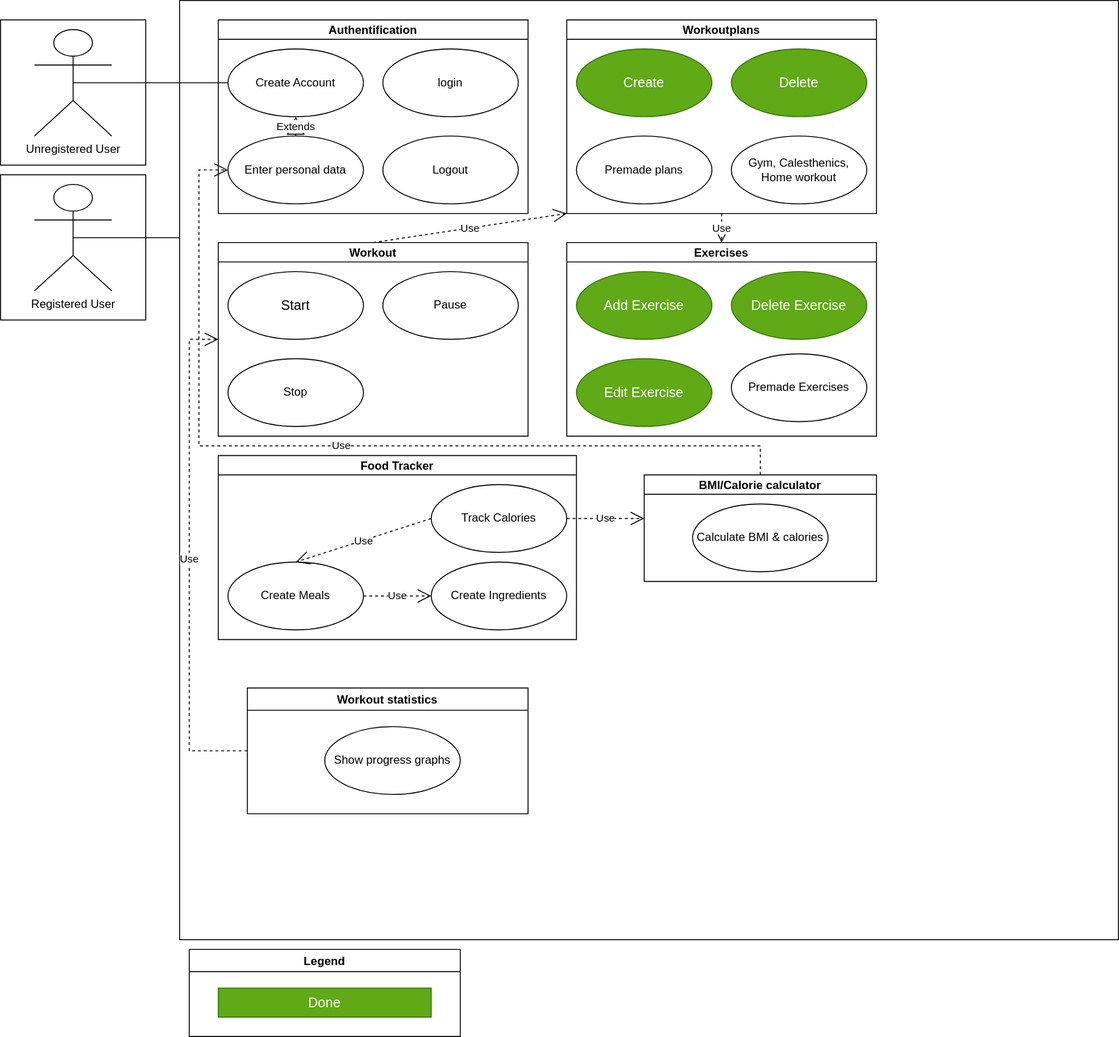
This is UseCases/Overall_Use_Case_Diagram.drawio.svg from willizielke/FitnessWebAppDocumentation, a draw.io export, as it was before one commit. Source tidied: cells renumbered, new cells last; positions are measured from the earlier drawing's top-left corner, leaving out a move shared by most shapes.
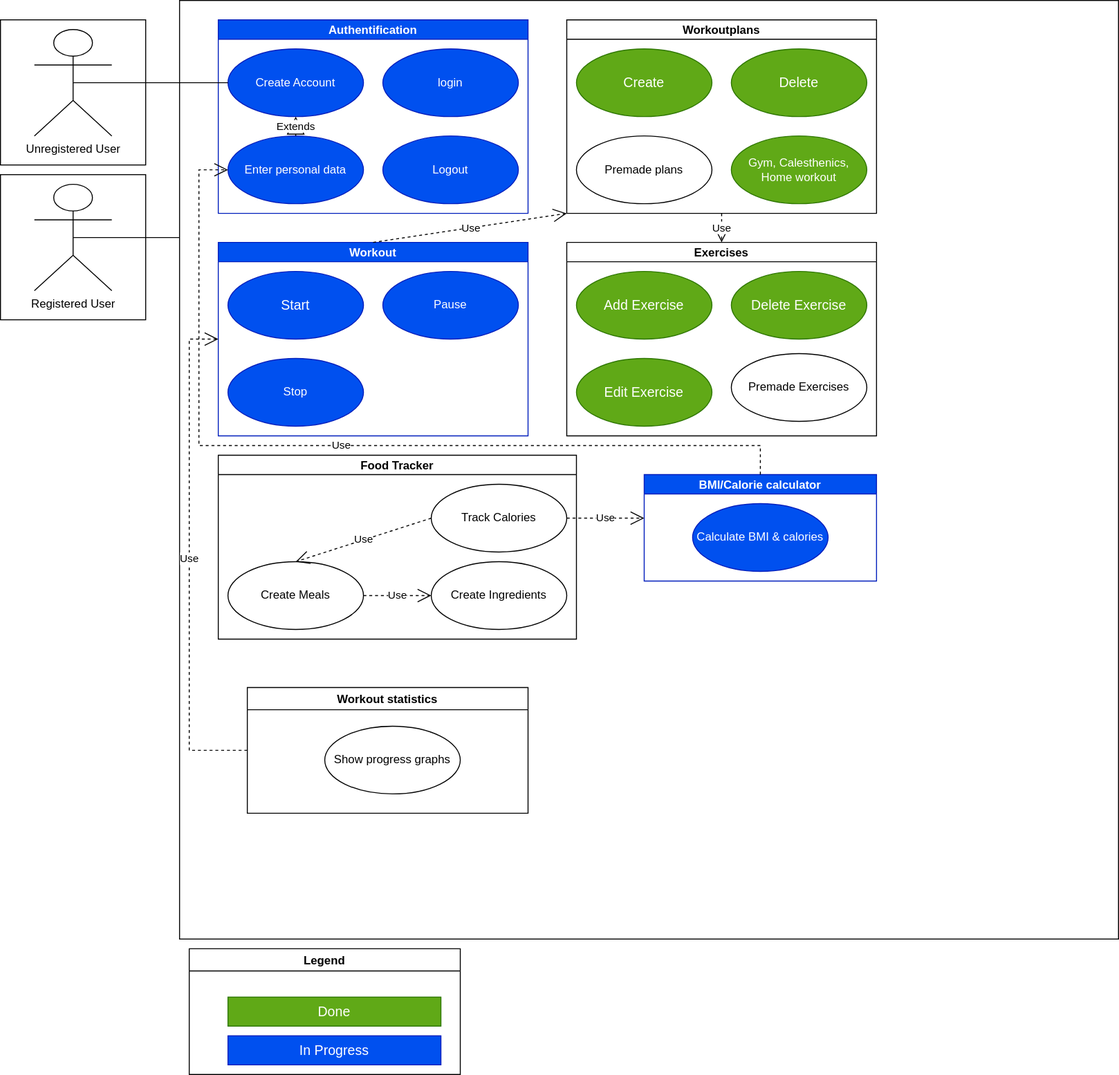
Above is the later version.

Commit message:
UC Diagram anpassen

Change to the diagram source:
```diff
@@ -14,19 +14,19 @@
     <mxCell id="5" value="Unregistered User" style="shape=umlActor;verticalLabelPosition=bottom;verticalAlign=top;html=1;" parent="1" vertex="1">
       <mxGeometry x="35" y="30" width="80" height="110" as="geometry" />
     </mxCell>
-    <mxCell id="6" value="Authentification" style="swimlane;startSize=20;" parent="1" vertex="1">
+    <mxCell id="6" value="Authentification" style="swimlane;startSize=20;fillColor=#0050ef;fontColor=#ffffff;strokeColor=#001DBC;" parent="1" vertex="1">
       <mxGeometry x="225" y="20" width="320" height="200" as="geometry" />
     </mxCell>
-    <mxCell id="7" value="Create Account" style="ellipse;whiteSpace=wrap;html=1;" parent="6" vertex="1">
+    <mxCell id="7" value="Create Account" style="ellipse;whiteSpace=wrap;html=1;fillColor=#0050ef;fontColor=#ffffff;strokeColor=#001DBC;" parent="6" vertex="1">
       <mxGeometry x="10" y="30" width="140" height="70" as="geometry" />
     </mxCell>
-    <mxCell id="8" value="Enter personal data" style="ellipse;whiteSpace=wrap;html=1;" parent="6" vertex="1">
+    <mxCell id="8" value="Enter personal data" style="ellipse;whiteSpace=wrap;html=1;fillColor=#0050ef;fontColor=#ffffff;strokeColor=#001DBC;" parent="6" vertex="1">
       <mxGeometry x="10" y="120" width="140" height="70" as="geometry" />
     </mxCell>
-    <mxCell id="9" value="login" style="ellipse;whiteSpace=wrap;html=1;" parent="6" vertex="1">
+    <mxCell id="9" value="login" style="ellipse;whiteSpace=wrap;html=1;fillColor=#0050ef;fontColor=#ffffff;strokeColor=#001DBC;" parent="6" vertex="1">
       <mxGeometry x="170" y="30" width="140" height="70" as="geometry" />
     </mxCell>
-    <mxCell id="10" value="Logout" style="ellipse;whiteSpace=wrap;html=1;" parent="6" vertex="1">
+    <mxCell id="10" value="Logout" style="ellipse;whiteSpace=wrap;html=1;fillColor=#0050ef;fontColor=#ffffff;strokeColor=#001DBC;" parent="6" vertex="1">
       <mxGeometry x="170" y="120" width="140" height="70" as="geometry" />
     </mxCell>
     <mxCell id="11" value="Extends" style="endArrow=block;endSize=16;endFill=0;html=1;rounded=0;exitX=0.5;exitY=0;exitDx=0;exitDy=0;entryX=0.5;entryY=1;entryDx=0;entryDy=0;" parent="6" edge="1" source="8" target="7">
@@ -35,16 +35,16 @@
     <mxCell id="12" style="endArrow=none;html=1;rounded=0;exitX=0.5;exitY=0.5;exitDx=0;exitDy=0;exitPerimeter=0;entryX=0;entryY=0.5;entryDx=0;entryDy=0;" parent="1" edge="1" source="5" target="7">
       <mxGeometry relative="1" as="geometry" />
     </mxCell>
-    <mxCell id="13" value="Workout" style="swimlane;startSize=20;" parent="1" vertex="1">
+    <mxCell id="13" value="Workout" style="swimlane;startSize=20;fillColor=#0050ef;fontColor=#ffffff;strokeColor=#001DBC;" parent="1" vertex="1">
       <mxGeometry x="225" y="250" width="320" height="200" as="geometry" />
     </mxCell>
-    <mxCell id="14" value="&lt;font style=&quot;font-size: 14px&quot;&gt;Start&lt;/font&gt;" style="ellipse;whiteSpace=wrap;html=1;" parent="13" vertex="1">
+    <mxCell id="14" value="&lt;font style=&quot;font-size: 14px&quot;&gt;Start&lt;/font&gt;" style="ellipse;whiteSpace=wrap;html=1;fillColor=#0050ef;fontColor=#ffffff;strokeColor=#001DBC;" parent="13" vertex="1">
       <mxGeometry x="10" y="30" width="140" height="70" as="geometry" />
     </mxCell>
-    <mxCell id="15" value="Stop" style="ellipse;whiteSpace=wrap;html=1;" parent="13" vertex="1">
+    <mxCell id="15" value="Stop" style="ellipse;whiteSpace=wrap;html=1;fillColor=#0050ef;fontColor=#ffffff;strokeColor=#001DBC;" parent="13" vertex="1">
       <mxGeometry x="10" y="120" width="140" height="70" as="geometry" />
     </mxCell>
-    <mxCell id="16" value="Pause" style="ellipse;whiteSpace=wrap;html=1;" parent="13" vertex="1">
+    <mxCell id="16" value="Pause" style="ellipse;whiteSpace=wrap;html=1;fillColor=#0050ef;fontColor=#ffffff;strokeColor=#001DBC;" parent="13" vertex="1">
       <mxGeometry x="170" y="30" width="140" height="70" as="geometry" />
     </mxCell>
     <mxCell id="17" value="Exercises" style="swimlane;startSize=20;" parent="1" vertex="1">
@@ -71,16 +71,16 @@
     <mxCell id="24" value="&lt;font style=&quot;font-size: 14px&quot;&gt;Delete&lt;/font&gt;" style="ellipse;whiteSpace=wrap;html=1;fillColor=#60a917;strokeColor=#2D7600;fontColor=#ffffff;" parent="21" vertex="1">
       <mxGeometry x="170" y="30" width="140" height="70" as="geometry" />
     </mxCell>
-    <mxCell id="25" value="Gym, Calesthenics, Home workout" style="ellipse;whiteSpace=wrap;html=1;" parent="21" vertex="1">
+    <mxCell id="25" value="Gym, Calesthenics, Home workout" style="ellipse;whiteSpace=wrap;html=1;fillColor=#60a917;fontColor=#ffffff;strokeColor=#2D7600;" parent="21" vertex="1">
       <mxGeometry x="170" y="120" width="140" height="70" as="geometry" />
     </mxCell>
     <mxCell id="26" value="Premade Exercises" style="ellipse;whiteSpace=wrap;html=1;" parent="1" vertex="1">
       <mxGeometry x="755" y="365" width="140" height="70" as="geometry" />
     </mxCell>
-    <mxCell id="27" value="BMI/Calorie calculator" style="swimlane;startSize=20;" parent="1" vertex="1">
+    <mxCell id="27" value="BMI/Calorie calculator" style="swimlane;startSize=20;fillColor=#0050ef;fontColor=#ffffff;strokeColor=#001DBC;" parent="1" vertex="1">
       <mxGeometry x="665" y="490" width="240" height="110" as="geometry" />
     </mxCell>
-    <mxCell id="28" value="Calculate BMI &amp;amp; calories" style="ellipse;whiteSpace=wrap;html=1;" parent="27" vertex="1">
+    <mxCell id="28" value="Calculate BMI &amp;amp; calories" style="ellipse;whiteSpace=wrap;html=1;fillColor=#0050ef;fontColor=#ffffff;strokeColor=#001DBC;" parent="27" vertex="1">
       <mxGeometry x="50" y="30" width="140" height="70" as="geometry" />
     </mxCell>
     <mxCell id="29" value="Use" style="endArrow=open;endSize=12;dashed=1;html=1;rounded=0;entryX=0.5;entryY=0;entryDx=0;entryDy=0;exitX=0.5;exitY=1;exitDx=0;exitDy=0;" parent="1" edge="1" source="21" target="17">
@@ -130,10 +130,10 @@
       <mxGeometry relative="1" as="geometry" />
     </mxCell>
     <mxCell id="41" value="Legend" style="swimlane;" parent="1" vertex="1">
-      <mxGeometry x="195" y="980" width="280" height="90" as="geometry" />
+      <mxGeometry x="195" y="980" width="280" height="130" as="geometry" />
     </mxCell>
-    <mxCell id="42" value="&lt;font style=&quot;font-size: 14px&quot;&gt;Done&lt;/font&gt;" style="text;html=1;strokeColor=#2D7600;fillColor=#60a917;align=center;verticalAlign=middle;whiteSpace=wrap;rounded=0;fontColor=#ffffff;" parent="41" vertex="1">
-      <mxGeometry x="30" y="40" width="220" height="30" as="geometry" />
+    <mxCell id="42" value="&lt;span style=&quot;font-size: 14px;&quot;&gt;In Progress&lt;/span&gt;" style="text;html=1;strokeColor=#001DBC;fillColor=#0050ef;align=center;verticalAlign=middle;whiteSpace=wrap;rounded=0;fontColor=#ffffff;" parent="41" vertex="1">
+      <mxGeometry x="40" y="90" width="220" height="30" as="geometry" />
     </mxCell>
     <mxCell id="43" value="Workout statistics" style="swimlane;" parent="1" vertex="1">
       <mxGeometry x="255" y="710" width="290" height="130" as="geometry" />
@@ -149,5 +149,8 @@
         </Array>
       </mxGeometry>
     </mxCell>
+    <mxCell id="46" value="&lt;font style=&quot;font-size: 14px&quot;&gt;Done&lt;/font&gt;" style="text;html=1;strokeColor=#2D7600;fillColor=#60a917;align=center;verticalAlign=middle;whiteSpace=wrap;rounded=0;fontColor=#ffffff;" parent="1" vertex="1">
+      <mxGeometry x="235" y="1030" width="220" height="30" as="geometry" />
+    </mxCell>
   </root>
 </mxGraphModel>
```
